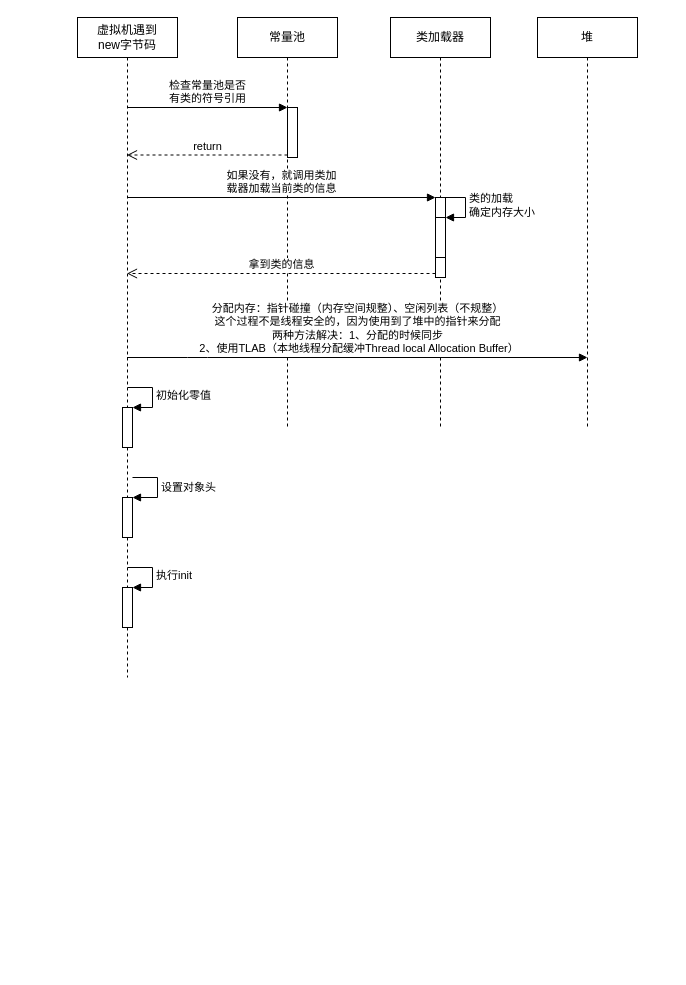
The draw.io diagram java对象的创建.drawio in thecoding/javaUML, before the edit. Source tidied: cells renumbered, new cells numbered last; positions are measured from the earlier drawing's top-left corner, leaving out a move shared by most shapes. Both pictures are drawn from the tidied source at 100%, with x=0, y=0 at pixel (77, 17).
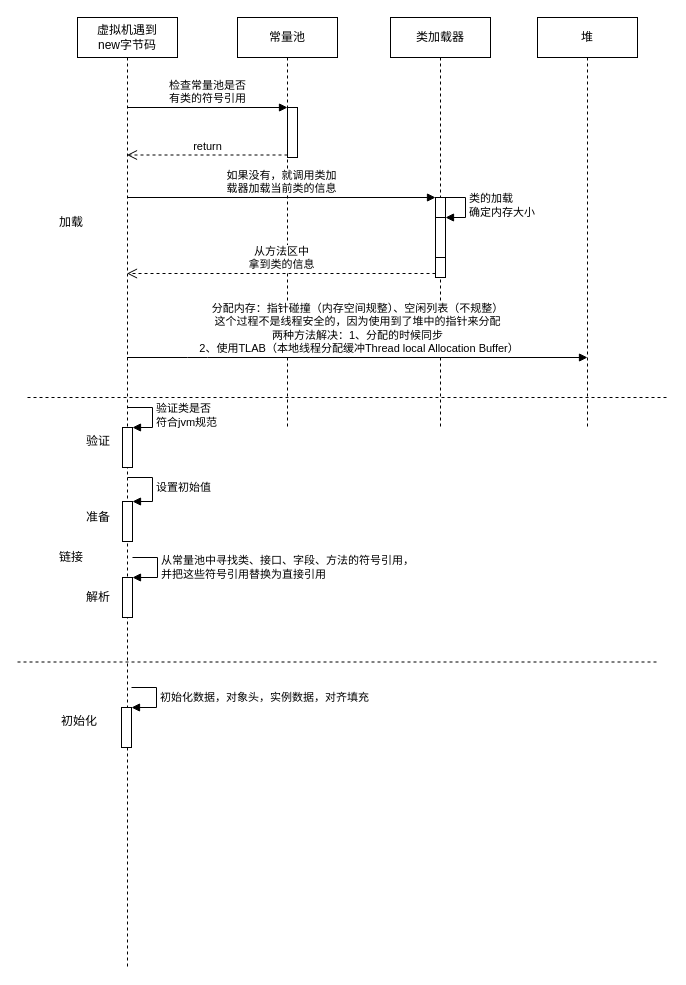
The same diagram, later.

Commit message:
更新java对象的创建.drawio

Unchanged cells that the change refers to:
```xml
<mxCell id="13" style="html=1;points=[];perimeter=orthogonalPerimeter;" parent="12" vertex="1">
  <mxGeometry x="45" y="180" width="10" height="80" as="geometry" />
</mxCell>
```

Change to the diagram source:
```diff
@@
     <mxCell id="2" value="&lt;span style=&quot;white-space: nowrap&quot;&gt;虚拟机遇到&lt;/span&gt;&lt;br style=&quot;white-space: nowrap&quot;&gt;&lt;span style=&quot;white-space: nowrap&quot;&gt;new字节码&lt;/span&gt;" style="shape=umlLifeline;perimeter=lifelinePerimeter;whiteSpace=wrap;html=1;outlineConnect=0;" parent="1" vertex="1">
-      <mxGeometry width="100" height="660" as="geometry" />
+      <mxGeometry width="100" height="950" as="geometry" />
     </mxCell>
     <mxCell id="3" style="html=1;points=[];perimeter=orthogonalPerimeter;" parent="2" vertex="1">
-      <mxGeometry x="45" y="390" width="10" height="40" as="geometry" />
+      <mxGeometry x="45" y="484" width="10" height="40" as="geometry" />
     </mxCell>
-    <mxCell id="4" value="初始化零值" style="edgeStyle=orthogonalEdgeStyle;html=1;align=left;spacingLeft=2;endArrow=block;rounded=0;entryX=1;entryY=0;" parent="2" edge="1" target="3">
+    <mxCell id="4" value="设置初始值" style="edgeStyle=orthogonalEdgeStyle;html=1;align=left;spacingLeft=2;endArrow=block;rounded=0;entryX=1;entryY=0;" parent="2" edge="1" target="3">
       <mxGeometry relative="1" as="geometry">
-        <mxPoint x="50" y="370" as="sourcePoint" />
+        <mxPoint x="50" y="460" as="sourcePoint" />
         <Array as="points">
-          <mxPoint x="75" y="370" />
+          <mxPoint x="75" y="460" />
         </Array>
       </mxGeometry>
     </mxCell>
-    <mxCell id="5" style="html=1;points=[];perimeter=orthogonalPerimeter;" parent="2" vertex="1">
-      <mxGeometry x="45" y="570" width="10" height="40" as="geometry" />
-    </mxCell>
-    <mxCell id="6" value="执行init" style="edgeStyle=orthogonalEdgeStyle;html=1;align=left;spacingLeft=2;endArrow=block;rounded=0;entryX=1;entryY=0;" parent="2" edge="1" target="5">
-      <mxGeometry relative="1" as="geometry">
-        <mxPoint x="50" y="550" as="sourcePoint" />
-        <Array as="points">
-          <mxPoint x="75" y="550" />
-        </Array>
-      </mxGeometry>
-    </mxCell>
     <mxCell id="7" style="html=1;points=[];perimeter=orthogonalPerimeter;" parent="2" vertex="1">
-      <mxGeometry x="45" y="480" width="10" height="40" as="geometry" />
+      <mxGeometry x="45" y="560" width="10" height="40" as="geometry" />
     </mxCell>
+    <mxCell id="21" style="html=1;points=[];perimeter=orthogonalPerimeter;" parent="2" vertex="1">
+      <mxGeometry x="45" y="410" width="10" height="40" as="geometry" />
+    </mxCell>
+    <mxCell id="22" value="验证类是否&lt;br&gt;符合jvm规范" style="edgeStyle=orthogonalEdgeStyle;html=1;align=left;spacingLeft=2;endArrow=block;rounded=0;entryX=1;entryY=0;" parent="2" edge="1" target="21">
+      <mxGeometry relative="1" as="geometry">
+        <mxPoint x="50" y="390" as="sourcePoint" />
+        <Array as="points">
+          <mxPoint x="75" y="390" />
+        </Array>
+      </mxGeometry>
+    </mxCell>
@@
-    <mxCell id="17" value="拿到类的信息" style="html=1;verticalAlign=bottom;endArrow=open;dashed=1;endSize=8;exitX=0;exitY=0.95;" parent="1" edge="1" source="13" target="2">
+    <mxCell id="17" value="从方法区中&lt;br&gt;拿到类的信息" style="html=1;verticalAlign=bottom;endArrow=open;dashed=1;endSize=8;exitX=0;exitY=0.95;" parent="1" edge="1" source="13" target="2">
       <mxGeometry relative="1" as="geometry" />
     </mxCell>
@@
-    <mxCell id="20" value="设置对象头" style="edgeStyle=orthogonalEdgeStyle;html=1;align=left;spacingLeft=2;endArrow=block;rounded=0;entryX=1;entryY=0;" parent="1" edge="1" target="7">
+    <mxCell id="20" value="从常量池中寻找类、接口、字段、方法的符号引用，&lt;br&gt;并把这些符号引用替换为直接引用" style="edgeStyle=orthogonalEdgeStyle;html=1;align=left;spacingLeft=2;endArrow=block;rounded=0;entryX=1;entryY=0;" parent="1" edge="1" target="7">
       <mxGeometry relative="1" as="geometry">
-        <mxPoint x="55" y="460" as="sourcePoint" />
+        <mxPoint x="55" y="540" as="sourcePoint" />
         <Array as="points">
-          <mxPoint x="80" y="460" />
+          <mxPoint x="80" y="540" />
         </Array>
       </mxGeometry>
     </mxCell>
+    <mxCell id="23" style="endArrow=none;dashed=1;html=1;" parent="1" edge="1">
+      <mxGeometry relative="1" as="geometry">
+        <mxPoint x="-50" y="380" as="sourcePoint" />
+        <mxPoint x="590" y="380" as="targetPoint" />
+      </mxGeometry>
+    </mxCell>
+    <mxCell id="24" value="加载" style="text;html=1;align=left;verticalAlign=top;spacingTop=-4;" parent="1" vertex="1">
+      <mxGeometry x="-20" y="195" width="40" height="20" as="geometry" />
+    </mxCell>
+    <mxCell id="25" value="链接" style="text;html=1;align=left;verticalAlign=top;spacingTop=-4;" parent="1" vertex="1">
+      <mxGeometry x="-20" y="530" width="40" height="20" as="geometry" />
+    </mxCell>
+    <mxCell id="26" style="endArrow=none;dashed=1;html=1;" parent="1" edge="1">
+      <mxGeometry relative="1" as="geometry">
+        <mxPoint x="-60" y="644.5" as="sourcePoint" />
+        <mxPoint x="580" y="644.5" as="targetPoint" />
+      </mxGeometry>
+    </mxCell>
+    <mxCell id="27" value="初始化" style="text;html=1;align=left;verticalAlign=top;spacingTop=-4;" parent="1" vertex="1">
+      <mxGeometry x="-18" y="694" width="50" height="20" as="geometry" />
+    </mxCell>
+    <mxCell id="28" value="验证" style="text;html=1;align=left;verticalAlign=top;spacingTop=-4;" parent="1" vertex="1">
+      <mxGeometry x="7" y="414" width="40" height="20" as="geometry" />
+    </mxCell>
+    <mxCell id="29" value="准备" style="text;html=1;align=left;verticalAlign=top;spacingTop=-4;" parent="1" vertex="1">
+      <mxGeometry x="7" y="490" width="40" height="20" as="geometry" />
+    </mxCell>
+    <mxCell id="30" value="解析" style="text;html=1;align=left;verticalAlign=top;spacingTop=-4;" parent="1" vertex="1">
+      <mxGeometry x="7" y="570" width="40" height="20" as="geometry" />
+    </mxCell>
+    <mxCell id="31" style="html=1;points=[];perimeter=orthogonalPerimeter;" parent="1" vertex="1">
+      <mxGeometry x="44" y="690" width="10" height="40" as="geometry" />
+    </mxCell>
+    <mxCell id="32" value="初始化数据，对象头，实例数据，对齐填充" style="edgeStyle=orthogonalEdgeStyle;html=1;align=left;spacingLeft=2;endArrow=block;rounded=0;entryX=1;entryY=0;" parent="1" edge="1" target="31">
+      <mxGeometry relative="1" as="geometry">
+        <mxPoint x="54" y="670" as="sourcePoint" />
+        <Array as="points">
+          <mxPoint x="79" y="670" />
+        </Array>
+      </mxGeometry>
+    </mxCell>
```
